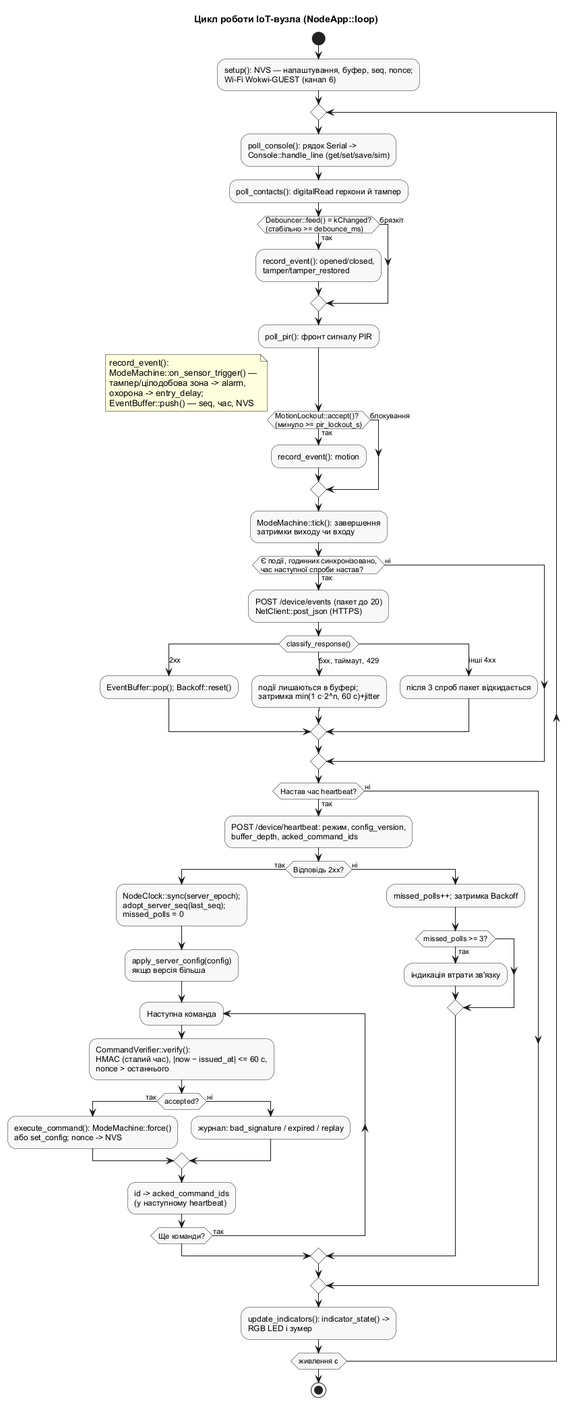
Above: docs/diagrams/iot-activity.png in NureDribnytsiaNazar/oberih (PlantUML), before the change.
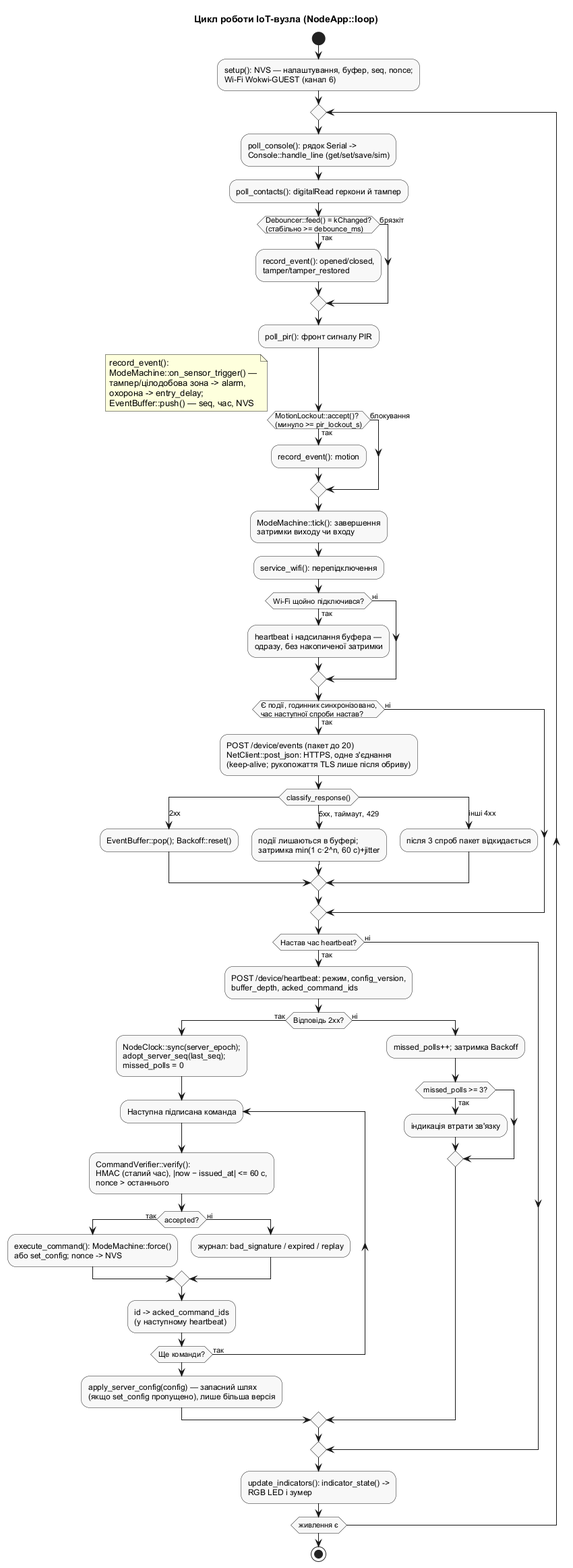
Above is the later version.

Commit message:
Документація: діаграми IoT і таймерів після живого запуску та розкладів

What changed in the source:
```diff
@@ -26,8 +26,13 @@
     EventBuffer::push() — seq, час, NVS
   end note
   :ModeMachine::tick(): завершення\nзатримки виходу чи входу;
+  :service_wifi(): перепідключення;
+  if (Wi-Fi щойно підключився?) then (так)
+    :heartbeat і надсилання буфера —\nодразу, без накопиченої затримки;
+  else (ні)
+  endif
   if (Є події, годинник синхронізовано,\nчас наступної спроби настав?) then (так)
-    :POST /device/events (пакет до 20)\nNetClient::post_json (HTTPS);
+    :POST /device/events (пакет до 20)\nNetClient::post_json: HTTPS, одне з'єднання\n(keep-alive; рукопожаття TLS лише після обриву);
     switch (classify_response())
     case (2xx)
       :EventBuffer::pop(); Backoff::reset();
@@ -42,8 +47,7 @@
     :POST /device/heartbeat: режим, config_version,\nbuffer_depth, acked_command_ids;
     if (Відповідь 2xx?) then (так)
       :NodeClock::sync(server_epoch);\nadopt_server_seq(last_seq);\nmissed_polls = 0;
-      :apply_server_config(config)\nякщо версія більша;
-      repeat :Наступна команда;
+      repeat :Наступна підписана команда;
         :CommandVerifier::verify():\nHMAC (сталий час), |now − issued_at| <= 60 c,\nnonce > останнього;
         if (accepted?) then (так)
           :execute_command(): ModeMachine::force()\nабо set_config; nonce -> NVS;
@@ -52,6 +56,7 @@
         endif
         :id -> acked_command_ids\n(у наступному heartbeat);
       repeat while (Ще команди?) is (так)
+      :apply_server_config(config) — запасний шлях\n(якщо set_config пропущено), лише більша версія;
     else (ні)
       :missed_polls++; затримка Backoff;
       if (missed_polls >= 3?) then (так)
```
